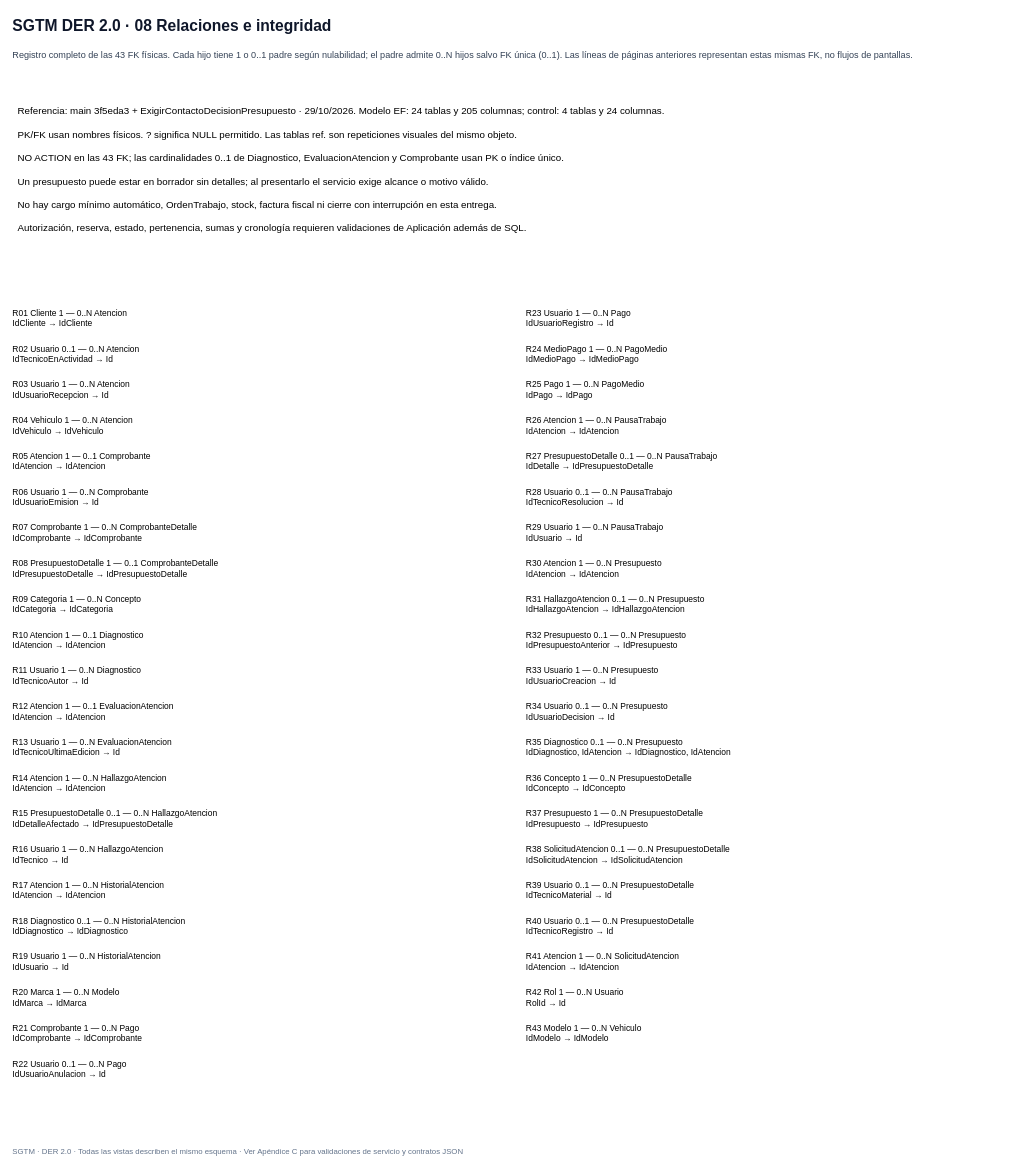
The draw.io diagram page "08 Relaciones e integridad" (8 of 8) of docs/diagramas/DER-SGTM-v2.0.drawio in EnriqueRTG/taller-mecanico, before the edit. Source tidied: cells renumbered, new cells numbered last; positions are measured from the earlier drawing's top-left corner, leaving out a move shared by most shapes. Both pictures are drawn from the tidied source at 65%, with x=0, y=0 at pixel (11, 11).
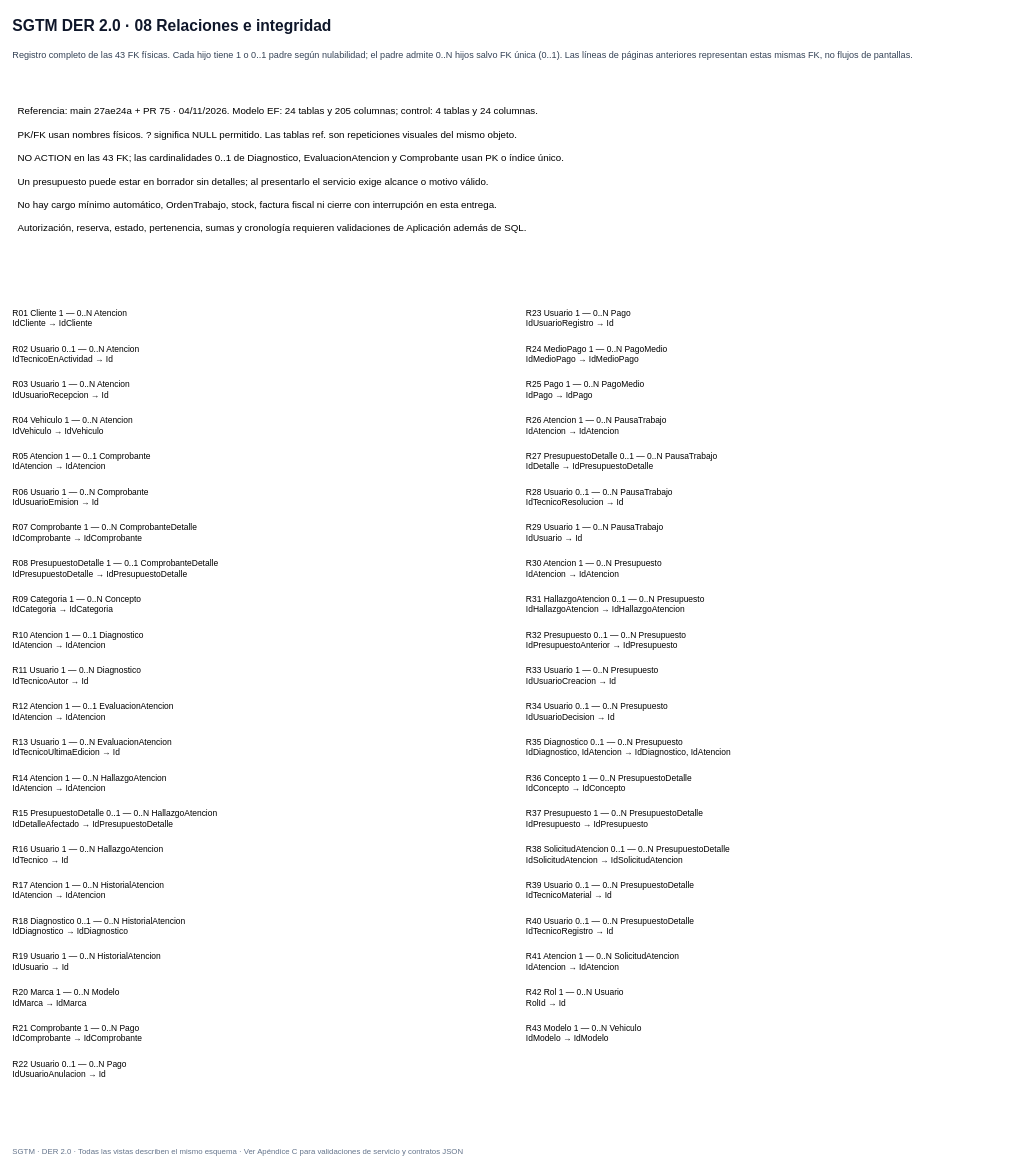
Above is the later version.

Diff of the diagram source:
```diff
@@
-    <mxCell id="4" value="Referencia: main 3f5eda3 + ExigirContactoDecisionPresupuesto · 29/10/2026. Modelo EF: 24 tablas y 205 columnas; control: 4 tablas y 24 columnas.&#10;&#10;PK/FK usan nombres físicos. ? significa NULL permitido. Las tablas ref. son repeticiones visuales del mismo objeto.&#10;&#10;NO ACTION en las 43 FK; las cardinalidades 0..1 de Diagnostico, EvaluacionAtencion y Comprobante usan PK o índice único.&#10;&#10;Un presupuesto puede estar en borrador sin detalles; al presentarlo el servicio exige alcance o motivo válido.&#10;&#10;No hay cargo mínimo automático, OrdenTrabajo, stock, factura fiscal ni cierre con interrupción en esta entrega.&#10;&#10;Autorización, reserva, estado, pertenencia, sumas y cronología requieren validaciones de Aplicación además de SQL." style="text;html=0;align=left;verticalAlign=top;whiteSpace=wrap;fontSize=15;spacing=10;" parent="1" vertex="1">
+    <mxCell id="4" value="Referencia: main 27ae24a + PR 75 · 04/11/2026. Modelo EF: 24 tablas y 205 columnas; control: 4 tablas y 24 columnas.&#10;&#10;PK/FK usan nombres físicos. ? significa NULL permitido. Las tablas ref. son repeticiones visuales del mismo objeto.&#10;&#10;NO ACTION en las 43 FK; las cardinalidades 0..1 de Diagnostico, EvaluacionAtencion y Comprobante usan PK o índice único.&#10;&#10;Un presupuesto puede estar en borrador sin detalles; al presentarlo el servicio exige alcance o motivo válido.&#10;&#10;No hay cargo mínimo automático, OrdenTrabajo, stock, factura fiscal ni cierre con interrupción en esta entrega.&#10;&#10;Autorización, reserva, estado, pertenencia, sumas y cronología requieren validaciones de Aplicación además de SQL." style="text;html=0;align=left;verticalAlign=top;whiteSpace=wrap;fontSize=15;spacing=10;" parent="1" vertex="1">
       <mxGeometry y="130" width="1500" height="285" as="geometry" />
     </mxCell>
```
